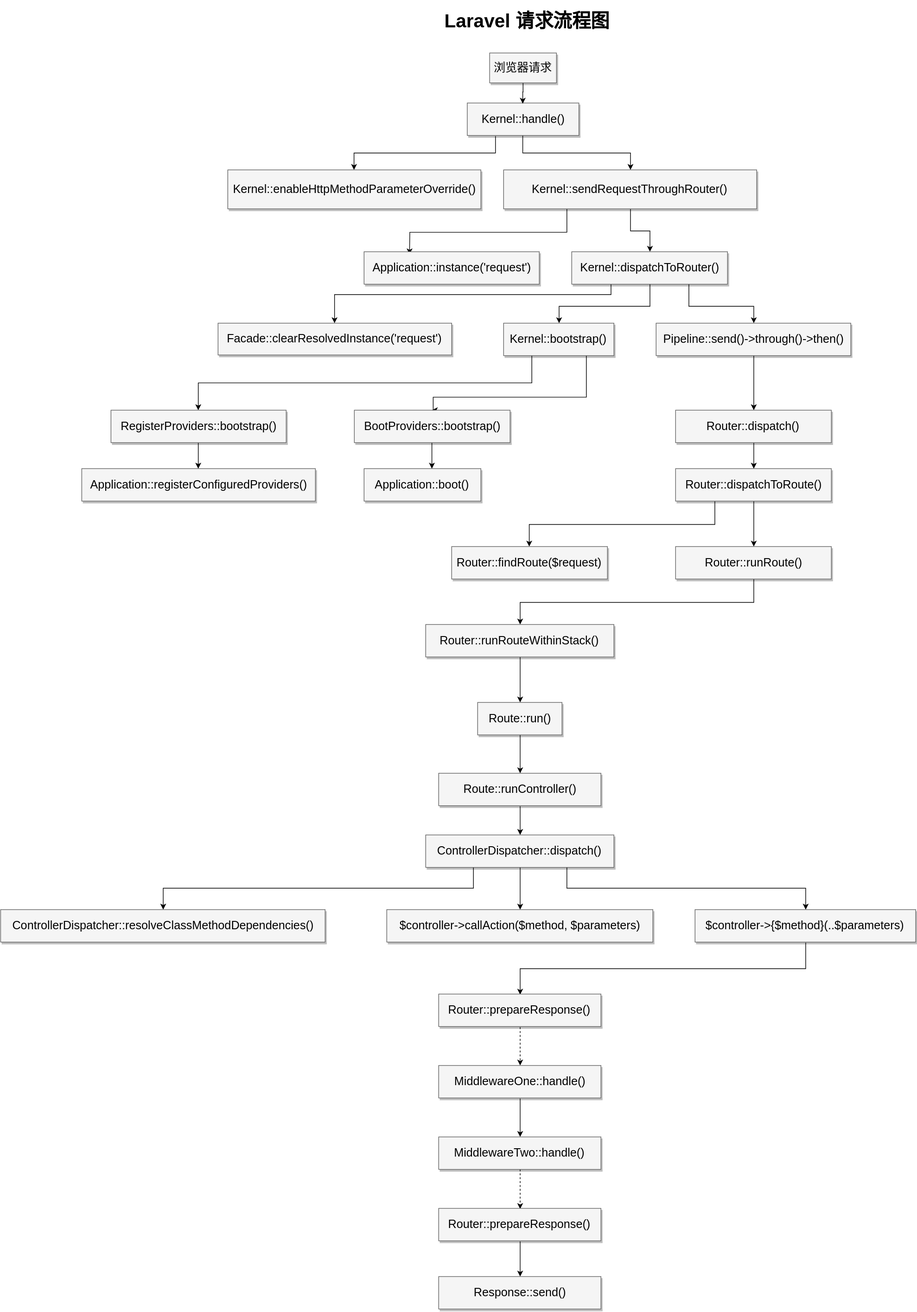
Before: Laravel 请求流程图.svg, a diagram exported from draw.io (JerryYJ/laravel). Source tidied: cells renumbered, new cells last; positions are measured from the earlier drawing's top-left corner, leaving out a move shared by most shapes. Its diagram source:
```xml
<mxGraphModel background="#ffffff">
  <root>
    <mxCell id="0" style="html=1;" />
    <mxCell id="1" style="html=1;" parent="0" />
    <mxCell id="2" value="&lt;b style=&quot;font-size: 29px;&quot;&gt;&lt;font style=&quot;font-size: 29px;&quot;&gt;Laravel 请求流程图&lt;/font&gt;&lt;/b&gt;" style="whiteSpace=wrap;html=1;shadow=1;fontSize=29;fillColor=none;strokeColor=none;strokeWidth=2;dashed=1;" parent="1" vertex="1">
      <mxGeometry x="650" width="320" height="60" as="geometry" />
    </mxCell>
    <mxCell id="3" style="edgeStyle=orthogonalEdgeStyle;rounded=0;html=1;exitX=0.25;exitY=1;entryX=0.5;entryY=0;jettySize=auto;fontSize=29;" parent="1" edge="1" source="5" target="8">
      <mxGeometry relative="1" as="geometry" />
    </mxCell>
    <mxCell id="4" style="edgeStyle=orthogonalEdgeStyle;rounded=0;html=1;entryX=0.5;entryY=0;jettySize=auto;fontSize=29;" parent="1" edge="1" source="5" target="11">
      <mxGeometry relative="1" as="geometry" />
    </mxCell>
    <mxCell id="5" value="Kernel::&lt;span&gt;handle()&lt;/span&gt;" style="whiteSpace=wrap;html=1;shadow=1;fontSize=18;fillColor=#f5f5f5;strokeColor=#666666;" parent="1" vertex="1">
      <mxGeometry x="719" y="157" width="172" height="50" as="geometry" />
    </mxCell>
    <mxCell id="6" style="edgeStyle=elbowEdgeStyle;rounded=0;html=1;startArrow=none;startFill=0;jettySize=auto;fontSize=18;elbow=vertical;entryX=0.5;entryY=0;" parent="1" edge="1" target="5">
      <mxGeometry relative="1" as="geometry">
        <mxPoint x="805" y="120" as="sourcePoint" />
        <Array as="points">
          <mxPoint x="795" y="140" />
        </Array>
      </mxGeometry>
    </mxCell>
    <mxCell id="7" value="浏览器请求" style="whiteSpace=wrap;html=1;shadow=1;fontSize=18;fillColor=#f5f5f5;strokeColor=#666666;" parent="1" vertex="1">
      <mxGeometry x="753.5" y="80" width="103" height="46" as="geometry" />
    </mxCell>
    <mxCell id="8" value="Kernel::&lt;span&gt;enableHttpMethodParameterOverride()&lt;/span&gt;" style="whiteSpace=wrap;html=1;shadow=1;fontSize=18;fillColor=#f5f5f5;strokeColor=#666666;" parent="1" vertex="1">
      <mxGeometry x="350" y="260" width="390" height="60" as="geometry" />
    </mxCell>
    <mxCell id="9" style="edgeStyle=orthogonalEdgeStyle;rounded=0;html=1;exitX=0.25;exitY=1;jettySize=auto;fontSize=29;" parent="1" edge="1" source="11">
      <mxGeometry relative="1" as="geometry">
        <mxPoint x="630" y="390" as="targetPoint" />
      </mxGeometry>
    </mxCell>
    <mxCell id="10" style="edgeStyle=orthogonalEdgeStyle;rounded=0;html=1;exitX=0.5;exitY=1;entryX=0.5;entryY=0;jettySize=auto;fontSize=29;" parent="1" edge="1" source="11" target="22">
      <mxGeometry relative="1" as="geometry" />
    </mxCell>
    <mxCell id="11" value="Kernel::&lt;span&gt;sendRequestThroughRouter&lt;/span&gt;&lt;span&gt;()&lt;/span&gt;&lt;br&gt;" style="whiteSpace=wrap;html=1;shadow=1;fontSize=18;fillColor=#f5f5f5;strokeColor=#666666;" parent="1" vertex="1">
      <mxGeometry x="775" y="260" width="390" height="60" as="geometry" />
    </mxCell>
    <mxCell id="12" value="Application::instance&lt;span&gt;('&lt;/span&gt;&lt;span&gt;request'&lt;/span&gt;&lt;span&gt;)&lt;/span&gt;&lt;br&gt;" style="whiteSpace=wrap;html=1;shadow=1;fontSize=18;fillColor=#f5f5f5;strokeColor=#666666;" parent="1" vertex="1">
      <mxGeometry x="560" y="386" width="270" height="50" as="geometry" />
    </mxCell>
    <mxCell id="13" value="&lt;div&gt;&lt;span&gt;Facade&lt;/span&gt;&lt;span&gt;::&lt;/span&gt;&lt;span&gt;clearResolvedInstance&lt;/span&gt;&lt;span&gt;(&lt;/span&gt;&lt;span&gt;'request'&lt;/span&gt;&lt;span&gt;)&lt;/span&gt;&lt;/div&gt;" style="whiteSpace=wrap;html=1;shadow=1;fontSize=18;fillColor=#f5f5f5;strokeColor=#666666;" parent="1" vertex="1">
      <mxGeometry x="335" y="496" width="360" height="49" as="geometry" />
    </mxCell>
    <mxCell id="14" style="edgeStyle=orthogonalEdgeStyle;rounded=0;html=1;exitX=0.25;exitY=1;entryX=0.5;entryY=0;jettySize=auto;fontSize=29;" parent="1" edge="1" source="16" target="24">
      <mxGeometry relative="1" as="geometry" />
    </mxCell>
    <mxCell id="15" style="edgeStyle=orthogonalEdgeStyle;rounded=0;html=1;exitX=0.75;exitY=1;entryX=0.5;entryY=0;jettySize=auto;fontSize=29;" parent="1" edge="1" source="16" target="26">
      <mxGeometry relative="1" as="geometry">
        <Array as="points">
          <mxPoint x="903" y="610" />
          <mxPoint x="666" y="610" />
        </Array>
      </mxGeometry>
    </mxCell>
    <mxCell id="16" value="Kernel::&lt;span&gt;bootstrap&lt;/span&gt;&lt;span&gt;()&lt;/span&gt;&lt;br&gt;" style="whiteSpace=wrap;html=1;shadow=1;fontSize=18;fillColor=#f5f5f5;strokeColor=#666666;" parent="1" vertex="1">
      <mxGeometry x="775" y="496" width="170" height="50" as="geometry" />
    </mxCell>
    <mxCell id="17" style="edgeStyle=orthogonalEdgeStyle;rounded=0;html=1;exitX=0.5;exitY=1;jettySize=auto;fontSize=29;" parent="1" edge="1" source="18" target="30">
      <mxGeometry relative="1" as="geometry" />
    </mxCell>
    <mxCell id="18" value="Pipeline::send()-&amp;gt;through()-&amp;gt;then()&lt;br&gt;" style="whiteSpace=wrap;html=1;shadow=1;fontSize=18;fillColor=#f5f5f5;strokeColor=#666666;" parent="1" vertex="1">
      <mxGeometry x="1010" y="496" width="300" height="50" as="geometry" />
    </mxCell>
    <mxCell id="19" style="edgeStyle=orthogonalEdgeStyle;rounded=0;html=1;exitX=0.25;exitY=1;entryX=0.5;entryY=0;jettySize=auto;fontSize=29;" parent="1" edge="1" source="22" target="13">
      <mxGeometry relative="1" as="geometry">
        <Array as="points">
          <mxPoint x="940" y="451" />
          <mxPoint x="515" y="451" />
        </Array>
      </mxGeometry>
    </mxCell>
    <mxCell id="20" style="edgeStyle=orthogonalEdgeStyle;rounded=0;html=1;exitX=0.5;exitY=1;jettySize=auto;fontSize=29;" parent="1" edge="1" source="22" target="16">
      <mxGeometry relative="1" as="geometry">
        <Array as="points">
          <mxPoint x="1000" y="470" />
          <mxPoint x="860" y="470" />
        </Array>
      </mxGeometry>
    </mxCell>
    <mxCell id="21" style="edgeStyle=orthogonalEdgeStyle;rounded=0;html=1;exitX=0.75;exitY=1;jettySize=auto;fontSize=29;" parent="1" edge="1" source="22" target="18">
      <mxGeometry relative="1" as="geometry">
        <Array as="points">
          <mxPoint x="1060" y="470" />
          <mxPoint x="1160" y="470" />
        </Array>
      </mxGeometry>
    </mxCell>
    <mxCell id="22" value="Kernel::&lt;span&gt;dispatchToRouter&lt;/span&gt;&lt;span&gt;()&lt;/span&gt;&lt;br&gt;" style="whiteSpace=wrap;html=1;shadow=1;fontSize=18;fillColor=#f5f5f5;strokeColor=#666666;" parent="1" vertex="1">
      <mxGeometry x="880" y="386" width="240" height="50" as="geometry" />
    </mxCell>
    <mxCell id="23" style="edgeStyle=orthogonalEdgeStyle;rounded=0;html=1;exitX=0.5;exitY=1;entryX=0.5;entryY=0;jettySize=auto;fontSize=29;" parent="1" edge="1" source="24" target="27">
      <mxGeometry relative="1" as="geometry" />
    </mxCell>
    <mxCell id="24" value="&lt;div&gt;&lt;span&gt;RegisterProviders::&lt;/span&gt;&lt;span&gt;bootstrap()&lt;/span&gt;&lt;/div&gt;" style="whiteSpace=wrap;html=1;shadow=1;fontSize=18;fillColor=#f5f5f5;strokeColor=#666666;" parent="1" vertex="1">
      <mxGeometry x="170" y="630" width="270" height="50" as="geometry" />
    </mxCell>
    <mxCell id="25" style="edgeStyle=orthogonalEdgeStyle;rounded=0;html=1;exitX=0.5;exitY=1;entryX=0.586;entryY=0;entryPerimeter=0;jettySize=auto;fontSize=29;" parent="1" edge="1" source="26" target="28">
      <mxGeometry relative="1" as="geometry" />
    </mxCell>
    <mxCell id="26" value="&lt;div&gt;&lt;span&gt;BootProviders::&lt;/span&gt;&lt;span&gt;bootstrap()&lt;/span&gt;&lt;/div&gt;" style="whiteSpace=wrap;html=1;shadow=1;fontSize=18;fillColor=#f5f5f5;strokeColor=#666666;" parent="1" vertex="1">
      <mxGeometry x="545" y="630" width="240" height="50" as="geometry" />
    </mxCell>
    <mxCell id="27" value="Application::&lt;span&gt;registerConfiguredProviders()&lt;/span&gt;" style="whiteSpace=wrap;html=1;shadow=1;fontSize=18;fillColor=#f5f5f5;strokeColor=#666666;" parent="1" vertex="1">
      <mxGeometry x="125" y="720" width="360" height="50" as="geometry" />
    </mxCell>
    <mxCell id="28" value="Application::&lt;span&gt;boot&lt;/span&gt;&lt;span&gt;()&lt;/span&gt;&lt;br&gt;" style="whiteSpace=wrap;html=1;shadow=1;fontSize=18;fillColor=#f5f5f5;strokeColor=#666666;" parent="1" vertex="1">
      <mxGeometry x="560" y="720" width="180" height="50" as="geometry" />
    </mxCell>
    <mxCell id="29" style="edgeStyle=orthogonalEdgeStyle;rounded=0;html=1;exitX=0.5;exitY=1;jettySize=auto;fontSize=29;" parent="1" edge="1" source="30" target="33">
      <mxGeometry relative="1" as="geometry" />
    </mxCell>
    <mxCell id="30" value="Router::&lt;span&gt;dispatch()&lt;/span&gt;" style="whiteSpace=wrap;html=1;shadow=1;fontSize=18;fillColor=#f5f5f5;strokeColor=#666666;" parent="1" vertex="1">
      <mxGeometry x="1040" y="630" width="240" height="50" as="geometry" />
    </mxCell>
    <mxCell id="31" style="edgeStyle=orthogonalEdgeStyle;rounded=0;html=1;exitX=0.25;exitY=1;entryX=0.5;entryY=0;jettySize=auto;fontSize=29;" parent="1" edge="1" source="33" target="34">
      <mxGeometry relative="1" as="geometry">
        <Array as="points">
          <mxPoint x="1101" y="806" />
          <mxPoint x="815" y="806" />
        </Array>
      </mxGeometry>
    </mxCell>
    <mxCell id="32" style="edgeStyle=orthogonalEdgeStyle;rounded=0;html=1;exitX=0.5;exitY=1;entryX=0.5;entryY=0;jettySize=auto;fontSize=29;" parent="1" edge="1" source="33" target="36">
      <mxGeometry relative="1" as="geometry" />
    </mxCell>
    <mxCell id="33" value="Router::&lt;span&gt;dispatchToRoute&lt;/span&gt;&lt;span&gt;()&lt;/span&gt;&lt;br&gt;" style="whiteSpace=wrap;html=1;shadow=1;fontSize=18;fillColor=#f5f5f5;strokeColor=#666666;" parent="1" vertex="1">
      <mxGeometry x="1040" y="720" width="240" height="50" as="geometry" />
    </mxCell>
    <mxCell id="34" value="Router::find&lt;span&gt;Route&lt;/span&gt;&lt;span&gt;($request)&lt;/span&gt;&lt;br&gt;" style="whiteSpace=wrap;html=1;shadow=1;fontSize=18;fillColor=#f5f5f5;strokeColor=#666666;" parent="1" vertex="1">
      <mxGeometry x="695" y="840" width="240" height="50" as="geometry" />
    </mxCell>
    <mxCell id="35" style="edgeStyle=orthogonalEdgeStyle;rounded=0;html=1;exitX=0.5;exitY=1;entryX=0.5;entryY=0;jettySize=auto;fontSize=29;" parent="1" edge="1" source="36" target="38">
      <mxGeometry relative="1" as="geometry" />
    </mxCell>
    <mxCell id="36" value="Router::&lt;span&gt;runRoute()&lt;/span&gt;" style="whiteSpace=wrap;html=1;shadow=1;fontSize=18;fillColor=#f5f5f5;strokeColor=#666666;" parent="1" vertex="1">
      <mxGeometry x="1040" y="840" width="240" height="50" as="geometry" />
    </mxCell>
    <mxCell id="37" style="edgeStyle=orthogonalEdgeStyle;rounded=0;html=1;exitX=0.5;exitY=1;entryX=0.5;entryY=0;jettySize=auto;fontSize=29;" parent="1" edge="1" source="38" target="40">
      <mxGeometry relative="1" as="geometry" />
    </mxCell>
    <mxCell id="38" value="Router::&lt;span&gt;runRouteWithinStack&lt;/span&gt;&lt;span&gt;()&lt;/span&gt;&lt;br&gt;" style="whiteSpace=wrap;html=1;shadow=1;fontSize=18;fillColor=#f5f5f5;strokeColor=#666666;" parent="1" vertex="1">
      <mxGeometry x="655" y="960" width="290" height="50" as="geometry" />
    </mxCell>
    <mxCell id="39" style="edgeStyle=orthogonalEdgeStyle;rounded=0;html=1;exitX=0.5;exitY=1;jettySize=auto;fontSize=29;" parent="1" edge="1" source="40" target="42">
      <mxGeometry relative="1" as="geometry" />
    </mxCell>
    <mxCell id="40" value="Route::run&lt;span&gt;()&lt;/span&gt;&lt;br&gt;" style="whiteSpace=wrap;html=1;shadow=1;fontSize=18;fillColor=#f5f5f5;strokeColor=#666666;" parent="1" vertex="1">
      <mxGeometry x="735" y="1080" width="130" height="50" as="geometry" />
    </mxCell>
    <mxCell id="41" style="edgeStyle=orthogonalEdgeStyle;rounded=0;html=1;exitX=0.5;exitY=1;entryX=0.5;entryY=0;jettySize=auto;fontSize=29;" parent="1" edge="1" source="42" target="46">
      <mxGeometry relative="1" as="geometry" />
    </mxCell>
    <mxCell id="42" value="Route::runController&lt;span&gt;()&lt;/span&gt;&lt;br&gt;" style="whiteSpace=wrap;html=1;shadow=1;fontSize=18;fillColor=#f5f5f5;strokeColor=#666666;" parent="1" vertex="1">
      <mxGeometry x="675" y="1189" width="250" height="50" as="geometry" />
    </mxCell>
    <mxCell id="43" style="edgeStyle=orthogonalEdgeStyle;rounded=0;html=1;exitX=0.25;exitY=1;jettySize=auto;fontSize=29;" parent="1" edge="1" source="46" target="47">
      <mxGeometry relative="1" as="geometry" />
    </mxCell>
    <mxCell id="44" style="edgeStyle=orthogonalEdgeStyle;rounded=0;html=1;exitX=0.5;exitY=1;jettySize=auto;fontSize=29;" parent="1" edge="1" source="46" target="48">
      <mxGeometry relative="1" as="geometry" />
    </mxCell>
    <mxCell id="45" style="edgeStyle=orthogonalEdgeStyle;rounded=0;html=1;exitX=0.75;exitY=1;jettySize=auto;fontSize=29;" parent="1" edge="1" source="46" target="50">
      <mxGeometry relative="1" as="geometry" />
    </mxCell>
    <mxCell id="46" value="ControllerDispatcher::&lt;span&gt;dispatch()&lt;/span&gt;" style="whiteSpace=wrap;html=1;shadow=1;fontSize=18;fillColor=#f5f5f5;strokeColor=#666666;" parent="1" vertex="1">
      <mxGeometry x="655" y="1284" width="290" height="50" as="geometry" />
    </mxCell>
    <mxCell id="47" value="ControllerDispatcher::&lt;span&gt;resolveClassMethodDependencies&lt;/span&gt;&lt;span&gt;()&lt;/span&gt;&lt;br&gt;" style="whiteSpace=wrap;html=1;shadow=1;fontSize=18;fillColor=#f5f5f5;strokeColor=#666666;" parent="1" vertex="1">
      <mxGeometry y="1399" width="500" height="50" as="geometry" />
    </mxCell>
    <mxCell id="48" value="$controller-&amp;gt;callAction($method, $parameters)&lt;br&gt;" style="whiteSpace=wrap;html=1;shadow=1;fontSize=18;fillColor=#f5f5f5;strokeColor=#666666;" parent="1" vertex="1">
      <mxGeometry x="595" y="1399" width="410" height="50" as="geometry" />
    </mxCell>
    <mxCell id="49" style="edgeStyle=orthogonalEdgeStyle;rounded=0;html=1;exitX=0.5;exitY=1;entryX=0.5;entryY=0;jettySize=auto;fontSize=29;" parent="1" edge="1" source="50" target="52">
      <mxGeometry relative="1" as="geometry" />
    </mxCell>
    <mxCell id="50" value="$controller-&amp;gt;{$method}(..$parameters)&lt;br&gt;" style="whiteSpace=wrap;html=1;shadow=1;fontSize=18;fillColor=#f5f5f5;strokeColor=#666666;" parent="1" vertex="1">
      <mxGeometry x="1070" y="1399" width="340" height="50" as="geometry" />
    </mxCell>
    <mxCell id="51" style="edgeStyle=orthogonalEdgeStyle;rounded=0;html=1;exitX=0.5;exitY=1;jettySize=auto;fontSize=29;dashed=1;" parent="1" edge="1" source="52" target="54">
      <mxGeometry relative="1" as="geometry" />
    </mxCell>
    <mxCell id="52" value="Router::&lt;span&gt;prepareResponse()&lt;/span&gt;" style="whiteSpace=wrap;html=1;shadow=1;fontSize=18;fillColor=#f5f5f5;strokeColor=#666666;" parent="1" vertex="1">
      <mxGeometry x="675" y="1529" width="250" height="50" as="geometry" />
    </mxCell>
    <mxCell id="53" style="edgeStyle=orthogonalEdgeStyle;rounded=0;html=1;exitX=0.5;exitY=1;jettySize=auto;fontSize=29;" parent="1" edge="1" source="54" target="56">
      <mxGeometry relative="1" as="geometry" />
    </mxCell>
    <mxCell id="54" value="MiddlewareOne::handle()&lt;br&gt;" style="whiteSpace=wrap;html=1;shadow=1;fontSize=18;fillColor=#f5f5f5;strokeColor=#666666;" parent="1" vertex="1">
      <mxGeometry x="675" y="1639" width="250" height="50" as="geometry" />
    </mxCell>
    <mxCell id="55" style="edgeStyle=orthogonalEdgeStyle;rounded=0;html=1;entryX=0.5;entryY=0;jettySize=auto;fontSize=29;dashed=1;" parent="1" edge="1" source="56" target="58">
      <mxGeometry relative="1" as="geometry" />
    </mxCell>
    <mxCell id="56" value="MiddlewareTwo::handle()&lt;br&gt;" style="whiteSpace=wrap;html=1;shadow=1;fontSize=18;fillColor=#f5f5f5;strokeColor=#666666;" parent="1" vertex="1">
      <mxGeometry x="675" y="1749" width="250" height="50" as="geometry" />
    </mxCell>
    <mxCell id="57" style="edgeStyle=orthogonalEdgeStyle;rounded=0;html=1;exitX=0.5;exitY=1;entryX=0.5;entryY=0;jettySize=auto;fontSize=29;" parent="1" edge="1" source="58" target="59">
      <mxGeometry relative="1" as="geometry" />
    </mxCell>
    <mxCell id="58" value="Router::&lt;span&gt;prepareResponse()&lt;/span&gt;" style="whiteSpace=wrap;html=1;shadow=1;fontSize=18;fillColor=#f5f5f5;strokeColor=#666666;" parent="1" vertex="1">
      <mxGeometry x="675" y="1859" width="250" height="50" as="geometry" />
    </mxCell>
    <mxCell id="59" value="Response::send()&lt;br&gt;" style="whiteSpace=wrap;html=1;shadow=1;fontSize=18;fillColor=#f5f5f5;strokeColor=#666666;" parent="1" vertex="1">
      <mxGeometry x="675" y="1964" width="250" height="50" as="geometry" />
    </mxCell>
  </root>
</mxGraphModel>
```
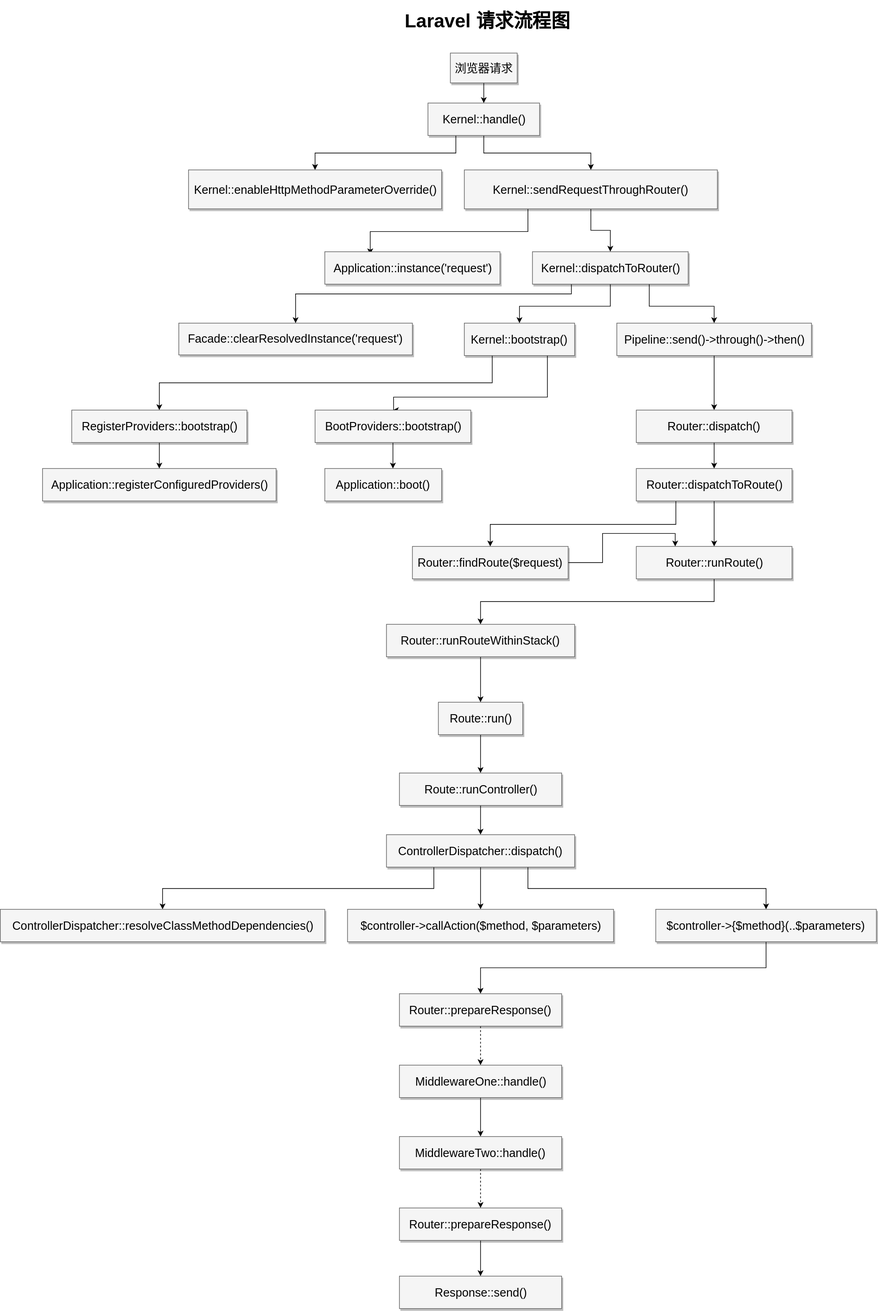
The same diagram one commit later.

Commit message:
已添加 Laravel 请求流程图.svg

What changed in the source:
```diff
@@ -1,4 +1,4 @@
-<mxGraphModel background="#ffffff">
+<mxGraphModel>
   <root>
     <mxCell id="0" style="html=1;" />
     <mxCell id="1" style="html=1;" parent="0" />
@@ -130,6 +130,9 @@
     <mxCell id="33" value="Router::&lt;span&gt;dispatchToRoute&lt;/span&gt;&lt;span&gt;()&lt;/span&gt;&lt;br&gt;" style="whiteSpace=wrap;html=1;shadow=1;fontSize=18;fillColor=#f5f5f5;strokeColor=#666666;" parent="1" vertex="1">
       <mxGeometry x="1040" y="720" width="240" height="50" as="geometry" />
     </mxCell>
+    <mxCell id="60" style="edgeStyle=orthogonalEdgeStyle;rounded=0;html=1;entryX=0.25;entryY=0;jettySize=auto;" parent="1" edge="1" source="34" target="36">
+      <mxGeometry relative="1" as="geometry" />
+    </mxCell>
     <mxCell id="34" value="Router::find&lt;span&gt;Route&lt;/span&gt;&lt;span&gt;($request)&lt;/span&gt;&lt;br&gt;" style="whiteSpace=wrap;html=1;shadow=1;fontSize=18;fillColor=#f5f5f5;strokeColor=#666666;" parent="1" vertex="1">
       <mxGeometry x="695" y="840" width="240" height="50" as="geometry" />
     </mxCell>
@@ -170,7 +173,7 @@
       <mxGeometry x="655" y="1284" width="290" height="50" as="geometry" />
     </mxCell>
     <mxCell id="47" value="ControllerDispatcher::&lt;span&gt;resolveClassMethodDependencies&lt;/span&gt;&lt;span&gt;()&lt;/span&gt;&lt;br&gt;" style="whiteSpace=wrap;html=1;shadow=1;fontSize=18;fillColor=#f5f5f5;strokeColor=#666666;" parent="1" vertex="1">
-      <mxGeometry y="1399" width="500" height="50" as="geometry" />
+      <mxGeometry x="60" y="1399" width="500" height="50" as="geometry" />
     </mxCell>
     <mxCell id="48" value="$controller-&amp;gt;callAction($method, $parameters)&lt;br&gt;" style="whiteSpace=wrap;html=1;shadow=1;fontSize=18;fillColor=#f5f5f5;strokeColor=#666666;" parent="1" vertex="1">
       <mxGeometry x="595" y="1399" width="410" height="50" as="geometry" />
```
